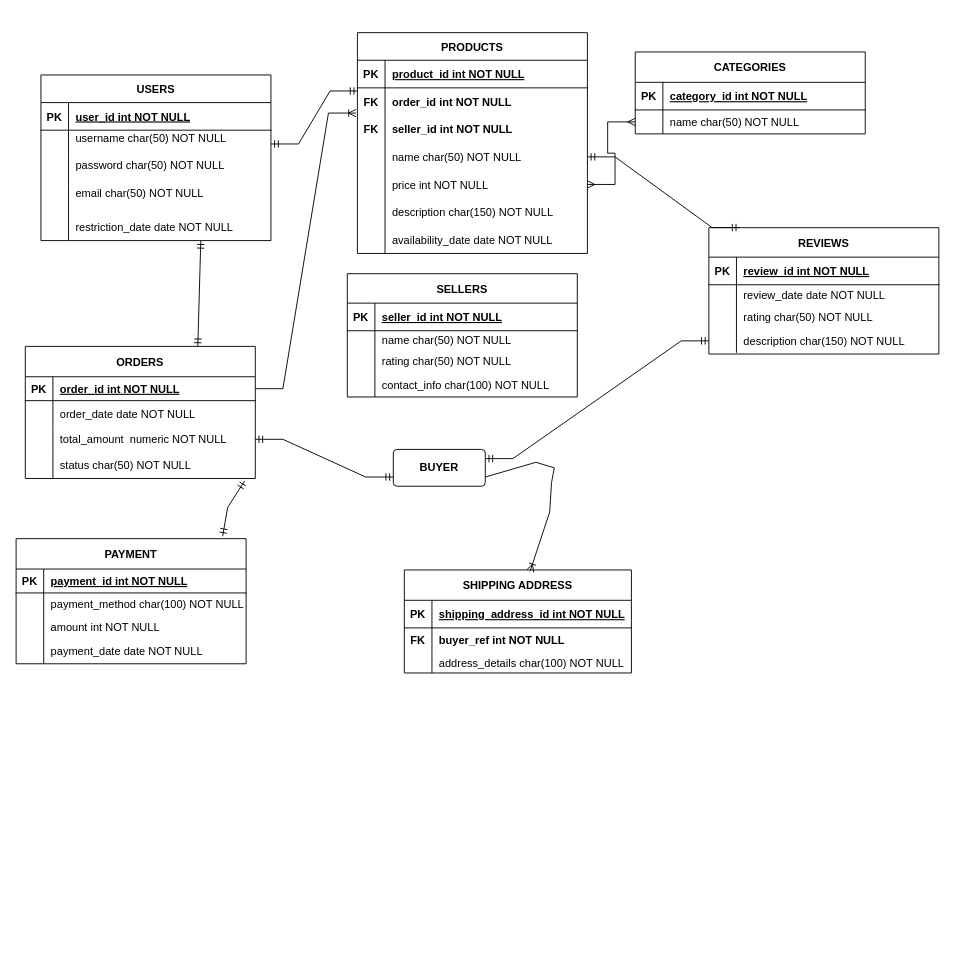
Earlier version of the draw.io diagram ENTITY RELATIONAL DIAGRAM.drawio (i-ninte/SQL_with_BiQquery). Source tidied: cells renumbered, new cells numbered last; positions are measured from the earlier drawing's top-left corner, leaving out a move shared by most shapes. Both pictures are drawn from the tidied source at 92%, with x=0, y=0 at pixel (16, 32).
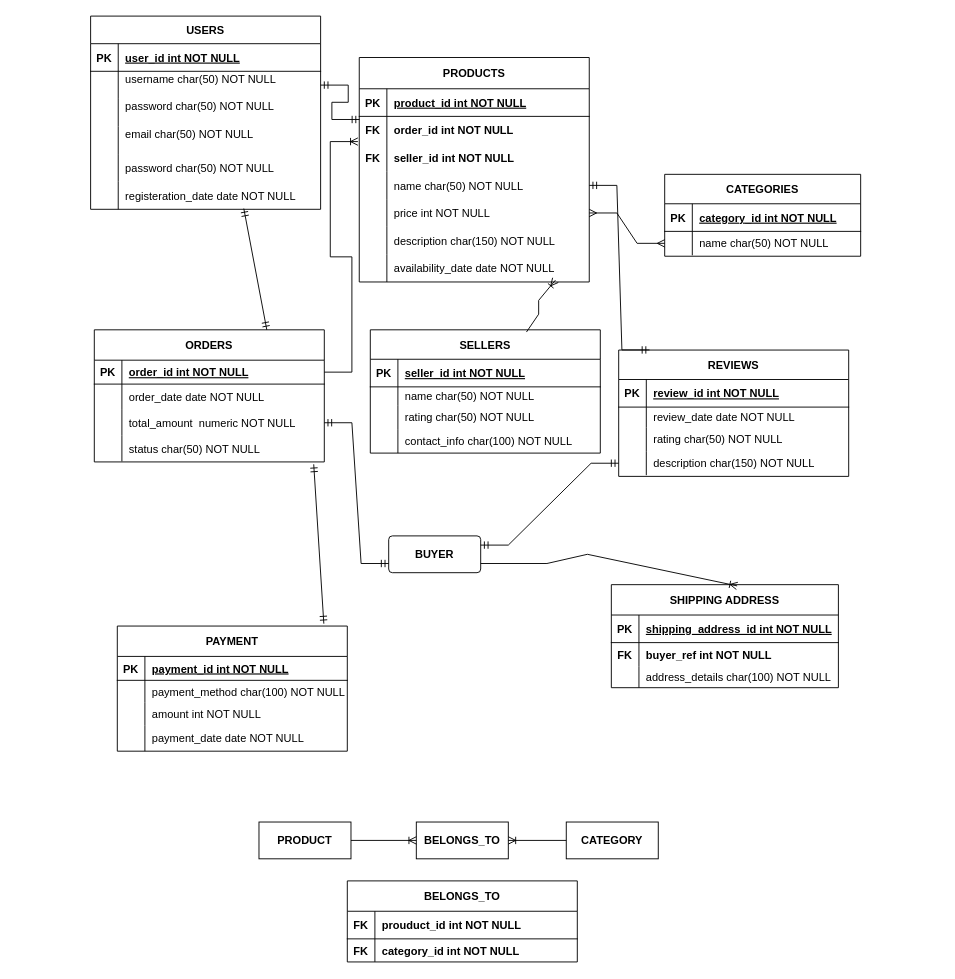
Above is the later version.

Unchanged cells that the change refers to:
```xml
<mxCell id="44" style="shape=partialRectangle;fillColor=none;points=[[0,0.5],[1,0.5]];portConstraint=eastwest;top=0;left=0;right=0;bottom=0;" parent="31" vertex="1">
  <mxGeometry y="150" width="250" height="30" as="geometry" />
</mxCell>
<mxCell id="58" style="shape=partialRectangle;fillColor=none;points=[[0,0.5],[1,0.5]];portConstraint=eastwest;top=0;left=0;right=0;bottom=0;" parent="48" vertex="1">
  <mxGeometry y="115" width="250" height="28" as="geometry" />
</mxCell>
```

Change to the diagram source:
```diff
@@
-    <mxCell id="2" value="PRODUCTS" style="shape=table;startSize=30;childLayout=tableLayout;rowLines=0;fontStyle=1;align=center;" parent="1" vertex="1">
-      <mxGeometry x="371" width="250" height="240" as="geometry" />
+    <mxCell id="2" value="PRODUCTS" style="shape=table;startSize=34;childLayout=tableLayout;rowLines=0;fontStyle=1;align=center;" parent="1" vertex="1">
+      <mxGeometry x="373" y="27" width="250" height="244" as="geometry" />
     </mxCell>
     <mxCell id="3" style="shape=partialRectangle;fillColor=none;top=0;left=0;right=0;bottom=1;" parent="2" vertex="1">
-      <mxGeometry y="30" width="250" height="30" as="geometry" />
+      <mxGeometry y="34" width="250" height="30" as="geometry" />
     </mxCell>
@@
     <mxCell id="6" style="shape=partialRectangle;fillColor=none;points=[[0,0.5],[1,0.5]];portConstraint=eastwest;top=0;left=0;right=0;bottom=0;" parent="2" vertex="1">
-      <mxGeometry y="60" width="250" height="30" as="geometry" />
+      <mxGeometry y="64" width="250" height="30" as="geometry" />
     </mxCell>
@@
     <mxCell id="9" style="shape=partialRectangle;fillColor=none;top=0;left=0;right=0;bottom=0;" parent="2" vertex="1">
-      <mxGeometry y="90" width="250" height="30" as="geometry" />
+      <mxGeometry y="94" width="250" height="30" as="geometry" />
     </mxCell>
@@
     <mxCell id="12" style="shape=partialRectangle;fillColor=none;points=[[0,0.5],[1,0.5]];portConstraint=eastwest;top=0;left=0;right=0;bottom=0;" parent="2" vertex="1">
-      <mxGeometry y="120" width="250" height="30" as="geometry" />
+      <mxGeometry y="124" width="250" height="30" as="geometry" />
     </mxCell>
@@
     <mxCell id="15" style="shape=partialRectangle;fillColor=none;points=[[0,0.5],[1,0.5]];portConstraint=eastwest;top=0;left=0;right=0;bottom=0;" parent="2" vertex="1">
-      <mxGeometry y="150" width="250" height="30" as="geometry" />
+      <mxGeometry y="154" width="250" height="30" as="geometry" />
     </mxCell>
@@
     <mxCell id="18" style="shape=partialRectangle;fillColor=none;top=0;left=0;right=0;bottom=0;" parent="2" vertex="1">
-      <mxGeometry y="180" width="250" height="30" as="geometry" />
+      <mxGeometry y="184" width="250" height="30" as="geometry" />
     </mxCell>
@@
     <mxCell id="21" style="shape=partialRectangle;fillColor=none;points=[[0,0.5],[1,0.5]];portConstraint=eastwest;top=0;left=0;right=0;bottom=0;" parent="2" vertex="1">
-      <mxGeometry y="210" width="250" height="30" as="geometry" />
+      <mxGeometry y="214" width="250" height="30" as="geometry" />
     </mxCell>
@@
-    <mxCell id="24" value="CATEGORIES" style="shape=table;startSize=33;childLayout=tableLayout;rowLines=0;fontStyle=1;align=center;" parent="1" vertex="1">
-      <mxGeometry x="673" y="21" width="250" height="89" as="geometry" />
+    <mxCell id="24" value="CATEGORIES" style="shape=table;startSize=32;childLayout=tableLayout;rowLines=0;fontStyle=1;align=center;" parent="1" vertex="1">
+      <mxGeometry x="705" y="154" width="213" height="89" as="geometry" />
     </mxCell>
     <mxCell id="25" style="shape=partialRectangle;fillColor=none;top=0;left=0;right=0;bottom=1;" parent="24" vertex="1">
-      <mxGeometry y="33" width="250" height="30" as="geometry" />
+      <mxGeometry y="32" width="213" height="30" as="geometry" />
     </mxCell>
@@
     <mxCell id="27" value="category_id int NOT NULL " style="shape=partialRectangle;overflow=hidden;fillColor=none;top=0;left=0;bottom=0;right=0;align=left;spacingLeft=6;fontStyle=5;" parent="25" vertex="1">
-      <mxGeometry x="30" width="220" height="30" as="geometry" />
+      <mxGeometry x="30" width="183" height="30" as="geometry" />
     </mxCell>
     <mxCell id="28" style="shape=partialRectangle;fillColor=none;points=[[0,0.5],[1,0.5]];portConstraint=eastwest;top=0;left=0;right=0;bottom=0;" parent="24" vertex="1">
-      <mxGeometry y="63" width="250" height="26" as="geometry" />
+      <mxGeometry y="62" width="213" height="26" as="geometry" />
     </mxCell>
@@
     <mxCell id="30" value="name char(50) NOT NULL" style="shape=partialRectangle;overflow=hidden;fillColor=none;top=0;left=0;bottom=0;right=0;align=left;spacingLeft=6;" parent="28" vertex="1">
-      <mxGeometry x="30" width="220" height="26" as="geometry" />
+      <mxGeometry x="30" width="183" height="26" as="geometry" />
     </mxCell>
     <mxCell id="31" value="USERS" style="shape=table;startSize=30;childLayout=tableLayout;rowLines=0;fontStyle=1;align=center;" parent="1" vertex="1">
-      <mxGeometry x="27" y="46" width="250" height="180" as="geometry" />
+      <mxGeometry x="81" y="-18" width="250" height="210" as="geometry" />
     </mxCell>
@@
-    <mxCell id="46" value="restriction_date date NOT NULL" style="shape=partialRectangle;overflow=hidden;fillColor=none;top=0;left=0;bottom=0;right=0;align=left;spacingLeft=6;" parent="44" vertex="1">
+    <mxCell id="46" value="password char(50) NOT NULL" style="shape=partialRectangle;overflow=hidden;fillColor=none;top=0;left=0;bottom=0;right=0;align=left;spacingLeft=6;" parent="44" vertex="1">
       <mxGeometry x="30" width="220" height="30" as="geometry" />
     </mxCell>
+    <mxCell id="119" style="shape=partialRectangle;fillColor=none;points=[[0,0.5],[1,0.5]];portConstraint=eastwest;top=0;left=0;right=0;bottom=0;" parent="31" vertex="1">
+      <mxGeometry y="180" width="250" height="30" as="geometry" />
+    </mxCell>
+    <mxCell id="120" style="shape=partialRectangle;overflow=hidden;fillColor=none;top=0;left=0;bottom=0;right=0;" parent="119" vertex="1">
+      <mxGeometry width="30" height="30" as="geometry" />
+    </mxCell>
+    <mxCell id="121" value="registeration_date date NOT NULL" style="shape=partialRectangle;overflow=hidden;fillColor=none;top=0;left=0;bottom=0;right=0;align=left;spacingLeft=6;" parent="119" vertex="1">
+      <mxGeometry x="30" width="220" height="30" as="geometry" />
+    </mxCell>
@@
     <mxCell id="48" value="ORDERS" style="shape=table;startSize=33;childLayout=tableLayout;rowLines=0;fontStyle=1;align=center;" parent="1" vertex="1">
-      <mxGeometry x="10" y="341" width="250" height="143.6" as="geometry" />
+      <mxGeometry x="85" y="323" width="250" height="143.6" as="geometry" />
     </mxCell>
@@
-    <mxCell id="61" style="fontSize=12;html=1;endArrow=ERmandOne;startArrow=ERmandOne;rounded=0;exitX=0.75;exitY=0;exitDx=0;exitDy=0;entryX=0.695;entryY=1.007;entryDx=0;entryDy=0;entryPerimeter=0;" parent="1" edge="1" source="48" target="44">
+    <mxCell id="61" style="fontSize=12;html=1;endArrow=ERmandOne;startArrow=ERmandOne;rounded=0;exitX=0.75;exitY=0;exitDx=0;exitDy=0;entryX=0.666;entryY=0.973;entryDx=0;entryDy=0;entryPerimeter=0;" parent="1" edge="1" source="48" target="119">
       <mxGeometry relative="1" as="geometry" />
     </mxCell>
@@
     <mxCell id="63" value="SELLERS" style="shape=table;startSize=32;childLayout=tableLayout;rowLines=0;fontStyle=1;align=center;" parent="1" vertex="1">
-      <mxGeometry x="360" y="262" width="250" height="134" as="geometry" />
+      <mxGeometry x="385" y="323" width="250" height="134" as="geometry" />
     </mxCell>
@@
     <mxCell id="77" value="REVIEWS" style="shape=table;startSize=32;childLayout=tableLayout;rowLines=0;fontStyle=1;align=center;" parent="1" vertex="1">
-      <mxGeometry x="753" y="212" width="250" height="137.3" as="geometry" />
+      <mxGeometry x="655" y="345" width="250" height="137.3" as="geometry" />
     </mxCell>
@@
     <mxCell id="91" value="&lt;b&gt;BUYER&lt;/b&gt;" style="rounded=1;arcSize=10;whiteSpace=wrap;html=1;align=center;" parent="1" vertex="1">
-      <mxGeometry x="410" y="453" width="100" height="40" as="geometry" />
+      <mxGeometry x="405" y="547" width="100" height="40" as="geometry" />
     </mxCell>
@@
     <mxCell id="94" value="PAYMENT" style="shape=table;startSize=33;childLayout=tableLayout;rowLines=0;fontStyle=1;align=center;" parent="1" vertex="1">
-      <mxGeometry y="550" width="250" height="136" as="geometry" />
+      <mxGeometry x="110" y="645" width="250" height="136" as="geometry" />
     </mxCell>
@@
     <mxCell id="107" style="fontSize=12;html=1;endArrow=ERmandOne;startArrow=ERmandOne;rounded=0;exitX=0.898;exitY=-0.019;exitDx=0;exitDy=0;exitPerimeter=0;entryX=0.954;entryY=1.114;entryDx=0;entryDy=0;entryPerimeter=0;" parent="1" edge="1" source="94" target="58">
-      <mxGeometry relative="1" as="geometry">
-        <Array as="points">
-          <mxPoint x="230" y="516" />
-        </Array>
-      </mxGeometry>
+      <mxGeometry relative="1" as="geometry" />
     </mxCell>
     <mxCell id="108" value="SHIPPING ADDRESS" style="shape=table;startSize=33;childLayout=tableLayout;rowLines=0;fontStyle=1;align=center;" parent="1" vertex="1">
-      <mxGeometry x="422" y="584" width="246.8" height="112" as="geometry" />
+      <mxGeometry x="647" y="600" width="246.8" height="112" as="geometry" />
     </mxCell>
@@
     <mxCell id="118" style="fontSize=12;html=1;endArrow=ERoneToMany;rounded=0;entryX=0.554;entryY=0.012;entryDx=0;entryDy=0;entryPerimeter=0;exitX=1;exitY=0.75;exitDx=0;exitDy=0;" parent="1" edge="1" source="91" target="108">
       <mxGeometry relative="1" as="geometry">
         <Array as="points">
-          <mxPoint x="565" y="467" />
-          <mxPoint x="585" y="473" />
-          <mxPoint x="582" y="489" />
-          <mxPoint x="580" y="521" />
+          <mxPoint x="577" y="577" />
+          <mxPoint x="621" y="567" />
         </Array>
       </mxGeometry>
     </mxCell>
+    <mxCell id="122" style="fontSize=12;html=1;endArrow=ERoneToMany;rounded=0;exitX=0.679;exitY=0.018;exitDx=0;exitDy=0;exitPerimeter=0;entryX=0.853;entryY=0.933;entryDx=0;entryDy=0;entryPerimeter=0;" parent="1" edge="1" source="63" target="21">
+      <mxGeometry relative="1" as="geometry">
+        <Array as="points">
+          <mxPoint x="568" y="306" />
+          <mxPoint x="568" y="291" />
+        </Array>
+      </mxGeometry>
+    </mxCell>
+    <mxCell id="123" value="&lt;b&gt;PRODUCT&lt;/b&gt;" style="whiteSpace=wrap;html=1;align=center;" parent="1" vertex="1">
+      <mxGeometry x="264" y="858" width="100" height="40" as="geometry" />
+    </mxCell>
+    <mxCell id="124" value="&lt;b&gt;BELONGS_TO&lt;/b&gt;" style="whiteSpace=wrap;html=1;align=center;" parent="1" vertex="1">
+      <mxGeometry x="435" y="858" width="100" height="40" as="geometry" />
+    </mxCell>
+    <mxCell id="125" value="&lt;b&gt;CATEGORY&lt;/b&gt;" style="whiteSpace=wrap;html=1;align=center;" parent="1" vertex="1">
+      <mxGeometry x="598" y="858" width="100" height="40" as="geometry" />
+    </mxCell>
+    <mxCell id="126" style="fontSize=12;html=1;endArrow=ERoneToMany;rounded=0;exitX=1;exitY=0.5;exitDx=0;exitDy=0;entryX=0;entryY=0.5;entryDx=0;entryDy=0;" parent="1" edge="1" source="123" target="124">
+      <mxGeometry relative="1" as="geometry" />
+    </mxCell>
+    <mxCell id="127" style="fontSize=12;html=1;endArrow=ERoneToMany;rounded=0;exitX=0;exitY=0.5;exitDx=0;exitDy=0;entryX=1;entryY=0.5;entryDx=0;entryDy=0;" parent="1" edge="1" source="125" target="124">
+      <mxGeometry relative="1" as="geometry" />
+    </mxCell>
+    <mxCell id="128" value="BELONGS_TO" style="shape=table;startSize=33;childLayout=tableLayout;rowLines=0;fontStyle=1;align=center;" parent="1" vertex="1">
+      <mxGeometry x="360" y="922" width="250" height="88.1" as="geometry" />
+    </mxCell>
+    <mxCell id="129" style="shape=partialRectangle;fillColor=none;top=0;left=0;right=0;bottom=1;" parent="128" vertex="1">
+      <mxGeometry y="33" width="250" height="30" as="geometry" />
+    </mxCell>
+    <mxCell id="130" value="FK" style="shape=partialRectangle;overflow=hidden;fillColor=none;top=0;left=0;bottom=0;right=0;fontStyle=1;" parent="129" vertex="1">
+      <mxGeometry width="30" height="30" as="geometry" />
+    </mxCell>
+    <mxCell id="131" value="prouduct_id int NOT NULL" style="shape=partialRectangle;overflow=hidden;fillColor=none;top=0;left=0;bottom=0;right=0;align=left;spacingLeft=6;fontStyle=1;" parent="129" vertex="1">
+      <mxGeometry x="30" width="220" height="30" as="geometry" />
+    </mxCell>
+    <mxCell id="132" style="shape=partialRectangle;fillColor=none;top=0;left=0;right=0;bottom=0;" parent="128" vertex="1">
+      <mxGeometry y="63" width="250" height="25" as="geometry" />
+    </mxCell>
+    <mxCell id="133" value="FK" style="shape=partialRectangle;overflow=hidden;fillColor=none;top=0;left=0;bottom=0;right=0;fontStyle=1;" parent="132" vertex="1">
+      <mxGeometry width="30" height="25" as="geometry" />
+    </mxCell>
+    <mxCell id="134" value="category_id int NOT NULL" style="shape=partialRectangle;overflow=hidden;fillColor=none;top=0;left=0;bottom=0;right=0;align=left;spacingLeft=6;fontStyle=1;" parent="132" vertex="1">
+      <mxGeometry x="30" width="220" height="25" as="geometry" />
+    </mxCell>
```
